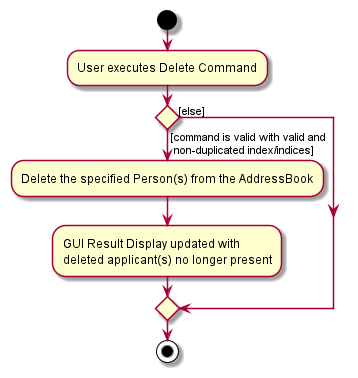
Above: docs/images/DeleteActivityDiagram.png in nus-cs2103-AY2122S1/tp (PlantUML), before the change. Source of this version:
```plantuml
@startuml

start
:User executes Delete Command;


if () then ([command is valid with valid and
 non-duplicated index/indices])

    :Delete the specified Person(s) from the AddressBook;


    :GUI Result Display updated with
    deleted applicant(s) no longer present;

else([else])
endif
stop

@enduml
```
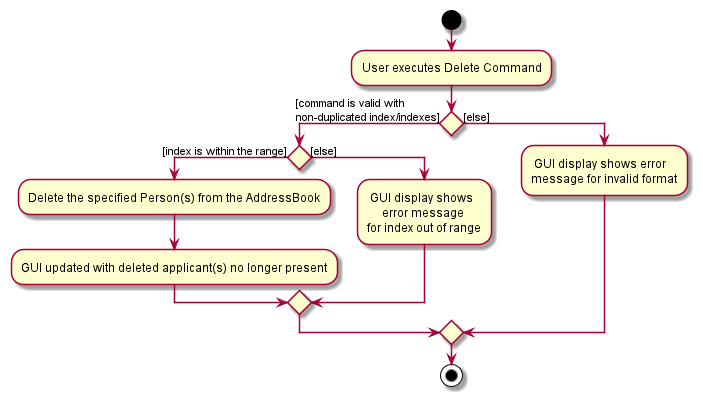
The same file after the commit.

Commit message:
Update Activity Diagrams

Diff of the diagram source:
```diff
@@ -4,16 +4,26 @@
 :User executes Delete Command;
 
 
-if () then ([command is valid with valid and
- non-duplicated index/indices])
+if () then ([command is valid with
+non-duplicated index/indexes])
 
+    if () then ([index is within the range])
     :Delete the specified Person(s) from the AddressBook;
 
 
-    :GUI Result Display updated with
-    deleted applicant(s) no longer present;
+    :GUI updated with deleted applicant(s) no longer present;
+
+    else ([else])
+    : GUI display shows
+         error message
+    for index out of range;
+
+    endif
 
 else([else])
+: GUI display shows error
+message for invalid format;
+
 endif
 stop
 
```
